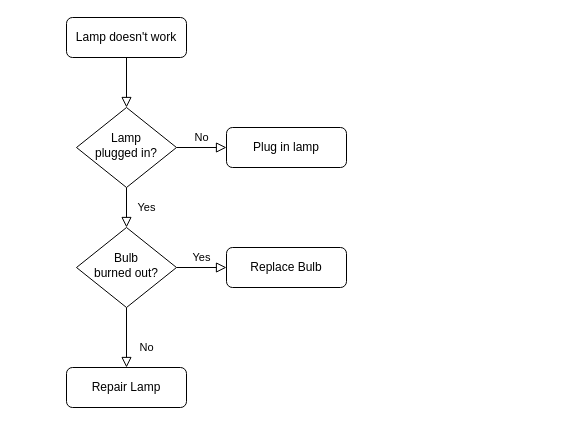
The draw.io diagram 제목 없는 다이어그램.drawio in seonhara/Foodie-Guide, before the edit. Source tidied: cells renumbered, new cells numbered last; positions are measured from the earlier drawing's top-left corner, leaving out a move shared by most shapes. Both pictures are drawn from the tidied source at 100%, with x=0, y=0 at pixel (66, 17).
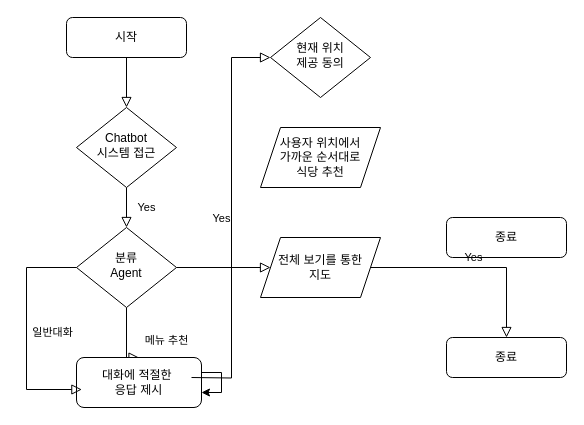
After the change.

Commit message:
제목 없는 다이어그램.drawio 업데이트

Diff of the diagram source:
```diff
@@
-    <mxCell id="3" value="Lamp doesn't work" style="rounded=1;whiteSpace=wrap;html=1;fontSize=12;glass=0;strokeWidth=1;shadow=0;" parent="1" vertex="1">
+    <mxCell id="3" value="시작" style="rounded=1;whiteSpace=wrap;html=1;fontSize=12;glass=0;strokeWidth=1;shadow=0;" parent="1" vertex="1">
       <mxGeometry width="120" height="40" as="geometry" />
     </mxCell>
@@
-    <mxCell id="5" value="No" style="edgeStyle=orthogonalEdgeStyle;rounded=0;html=1;jettySize=auto;fontSize=11;endArrow=block;endFill=0;endSize=8;strokeWidth=1;shadow=0;labelBackgroundColor=none;" parent="1" edge="1" source="6" target="7">
-      <mxGeometry y="10" relative="1" as="geometry" />
-    </mxCell>
-    <mxCell id="6" value="Lamp&lt;br&gt;plugged in?" style="rhombus;whiteSpace=wrap;html=1;shadow=0;fontFamily=Helvetica;fontSize=12;align=center;strokeWidth=1;spacing=6;spacingTop=-4;" parent="1" vertex="1">
+    <mxCell id="6" value="Chatbot&lt;div&gt;시스템 접근&lt;/div&gt;" style="rhombus;whiteSpace=wrap;html=1;shadow=0;fontFamily=Helvetica;fontSize=12;align=center;strokeWidth=1;spacing=6;spacingTop=-4;" parent="1" vertex="1">
       <mxGeometry x="10" y="90" width="100" height="80" as="geometry" />
     </mxCell>
-    <mxCell id="7" value="Plug in lamp" style="rounded=1;whiteSpace=wrap;html=1;fontSize=12;glass=0;strokeWidth=1;shadow=0;" parent="1" vertex="1">
-      <mxGeometry x="160" y="110" width="120" height="40" as="geometry" />
+    <mxCell id="7" value="종료" style="rounded=1;whiteSpace=wrap;html=1;fontSize=12;glass=0;strokeWidth=1;shadow=0;" parent="1" vertex="1">
+      <mxGeometry x="380" y="200" width="120" height="40" as="geometry" />
     </mxCell>
-    <mxCell id="8" value="No" style="rounded=0;html=1;jettySize=auto;fontSize=11;endArrow=block;endFill=0;endSize=8;strokeWidth=1;shadow=0;labelBackgroundColor=none;edgeStyle=orthogonalEdgeStyle;" parent="1" edge="1" source="10" target="11">
-      <mxGeometry x="0.33" y="20" relative="1" as="geometry" />
+    <mxCell id="8" value="메뉴 추천" style="rounded=0;html=1;jettySize=auto;fontSize=11;endArrow=block;endFill=0;endSize=8;strokeWidth=1;shadow=0;labelBackgroundColor=none;edgeStyle=orthogonalEdgeStyle;entryX=0.5;entryY=0;entryDx=0;entryDy=0;" parent="1" edge="1" source="10" target="11">
+      <mxGeometry y="40" relative="1" as="geometry">
+        <Array as="points">
+          <mxPoint x="60" y="340" />
+          <mxPoint x="58" y="340" />
+        </Array>
+      </mxGeometry>
     </mxCell>
-    <mxCell id="9" value="Yes" style="edgeStyle=orthogonalEdgeStyle;rounded=0;html=1;jettySize=auto;fontSize=11;endArrow=block;endFill=0;endSize=8;strokeWidth=1;shadow=0;labelBackgroundColor=none;" parent="1" edge="1" source="10" target="12">
+    <mxCell id="9" value="Yes" style="edgeStyle=orthogonalEdgeStyle;rounded=0;html=1;jettySize=auto;fontSize=11;endArrow=block;endFill=0;endSize=8;strokeWidth=1;shadow=0;labelBackgroundColor=none;" parent="1" edge="1" source="18" target="12">
       <mxGeometry y="10" relative="1" as="geometry" />
     </mxCell>
-    <mxCell id="10" value="Bulb&lt;br&gt;burned out?" style="rhombus;whiteSpace=wrap;html=1;shadow=0;fontFamily=Helvetica;fontSize=12;align=center;strokeWidth=1;spacing=6;spacingTop=-4;" parent="1" vertex="1">
+    <mxCell id="10" value="분류&lt;div&gt;Agent&lt;/div&gt;" style="rhombus;whiteSpace=wrap;html=1;shadow=0;fontFamily=Helvetica;fontSize=12;align=center;strokeWidth=1;spacing=6;spacingTop=-4;" parent="1" vertex="1">
       <mxGeometry x="10" y="210" width="100" height="80" as="geometry" />
     </mxCell>
-    <mxCell id="11" value="Repair Lamp" style="rounded=1;whiteSpace=wrap;html=1;fontSize=12;glass=0;strokeWidth=1;shadow=0;" parent="1" vertex="1">
-      <mxGeometry y="350" width="120" height="40" as="geometry" />
+    <mxCell id="11" value="대화에 적절한&amp;nbsp;&lt;div&gt;응답 제시&lt;/div&gt;" style="rounded=1;whiteSpace=wrap;html=1;fontSize=12;glass=0;strokeWidth=1;shadow=0;" parent="1" vertex="1">
+      <mxGeometry x="10" y="340" width="125" height="50" as="geometry" />
     </mxCell>
-    <mxCell id="12" value="Replace Bulb" style="rounded=1;whiteSpace=wrap;html=1;fontSize=12;glass=0;strokeWidth=1;shadow=0;" parent="1" vertex="1">
-      <mxGeometry x="160" y="230" width="120" height="40" as="geometry" />
+    <mxCell id="12" value="종료" style="rounded=1;whiteSpace=wrap;html=1;fontSize=12;glass=0;strokeWidth=1;shadow=0;" parent="1" vertex="1">
+      <mxGeometry x="380" y="320" width="120" height="40" as="geometry" />
     </mxCell>
+    <mxCell id="13" value="현재 위치&lt;div&gt;제공 동의&lt;/div&gt;" style="rhombus;whiteSpace=wrap;html=1;shadow=0;fontFamily=Helvetica;fontSize=12;align=center;strokeWidth=1;spacing=6;spacingTop=-4;" parent="1" vertex="1">
+      <mxGeometry x="204" width="100" height="80" as="geometry" />
+    </mxCell>
+    <mxCell id="14" value="Yes" style="edgeStyle=orthogonalEdgeStyle;rounded=0;html=1;jettySize=auto;fontSize=11;endArrow=block;endFill=0;endSize=8;strokeWidth=1;shadow=0;labelBackgroundColor=none;entryX=0;entryY=0.5;entryDx=0;entryDy=0;" parent="1" edge="1" target="13">
+      <mxGeometry y="10" relative="1" as="geometry">
+        <mxPoint x="125" y="360" as="sourcePoint" />
+      </mxGeometry>
+    </mxCell>
+    <mxCell id="15" value="일반대화" style="rounded=0;html=1;jettySize=auto;fontSize=11;endArrow=block;endFill=0;endSize=8;strokeWidth=1;shadow=0;labelBackgroundColor=none;edgeStyle=orthogonalEdgeStyle;exitX=0;exitY=0.5;exitDx=0;exitDy=0;entryX=0.043;entryY=0.64;entryDx=0;entryDy=0;entryPerimeter=0;" parent="1" edge="1" source="10" target="11">
+      <mxGeometry x="0.01" y="26" relative="1" as="geometry">
+        <Array as="points">
+          <mxPoint x="-40" y="250" />
+          <mxPoint x="-40" y="372" />
+          <mxPoint x="5" y="372" />
+        </Array>
+      </mxGeometry>
+    </mxCell>
+    <mxCell id="16" value="사용자 위치에서&lt;div&gt;가까운 순서대로&lt;/div&gt;&lt;div&gt;식당 추천&lt;/div&gt;" style="shape=parallelogram;perimeter=parallelogramPerimeter;whiteSpace=wrap;html=1;fixedSize=1;" parent="1" vertex="1">
+      <mxGeometry x="194" y="110" width="120" height="60" as="geometry" />
+    </mxCell>
+    <mxCell id="17" style="edgeStyle=orthogonalEdgeStyle;rounded=0;html=1;jettySize=auto;fontSize=11;endArrow=block;endFill=0;endSize=8;strokeWidth=1;shadow=0;labelBackgroundColor=none;" parent="1" edge="1" source="10" target="18">
+      <mxGeometry y="10" relative="1" as="geometry" />
+    </mxCell>
+    <mxCell id="18" value="전체 보기를 통한&lt;div&gt;지도&lt;/div&gt;" style="shape=parallelogram;perimeter=parallelogramPerimeter;whiteSpace=wrap;html=1;fixedSize=1;" parent="1" vertex="1">
+      <mxGeometry x="194" y="220" width="120" height="60" as="geometry" />
+    </mxCell>
+    <mxCell id="19" style="edgeStyle=orthogonalEdgeStyle;rounded=0;orthogonalLoop=1;jettySize=auto;html=1;" parent="1" edge="1" source="11" target="11">
+      <mxGeometry relative="1" as="geometry" />
+    </mxCell>
```
